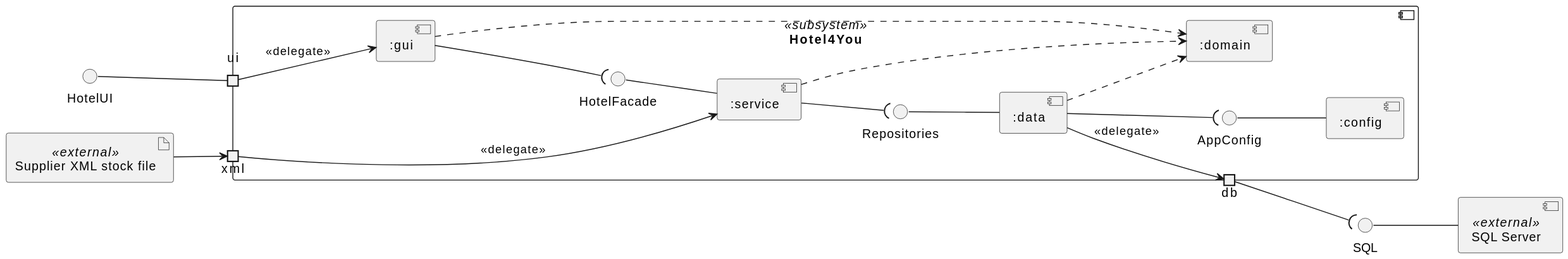
The PlantUML diagram docs/uml/component-diagram.svg in BorjaTiago/hotel4you, before a commit. Source of this version:
```plantuml
@startuml
skinparam componentStyle uml2
skinparam defaultFontName Arial
skinparam shadowing false
skinparam monochrome true
left to right direction

interface "HotelUI" as IUI
artifact "Supplier XML stock file" <<external>> as XML

component "Hotel4You" <<subsystem>> as H4Y {
  portin "xml" as pXML
  portin "ui" as pUI
  portout "db" as pDB

  component ":gui" as GUI
  component ":service" as SVC
  component ":data" as DATA
  component ":config" as CFG
  component ":domain" as DOM

  interface "HotelFacade" as IFAC
  interface "Repositories" as IREPO
  interface "AppConfig" as ICFG
}

component "SQL Server" <<external>> as SQL
interface "SQL" as ISQL

XML --> pXML
pXML --> SVC : <<delegate>>

IUI -- pUI
pUI --> GUI : <<delegate>>

GUI --( IFAC
IFAC -- SVC
SVC --( IREPO
IREPO -- DATA
DATA --( ICFG
ICFG -- CFG

DATA --> pDB : <<delegate>>
pDB --( ISQL
ISQL -- SQL

GUI ..> DOM
SVC ..> DOM
DATA ..> DOM
@enduml
```
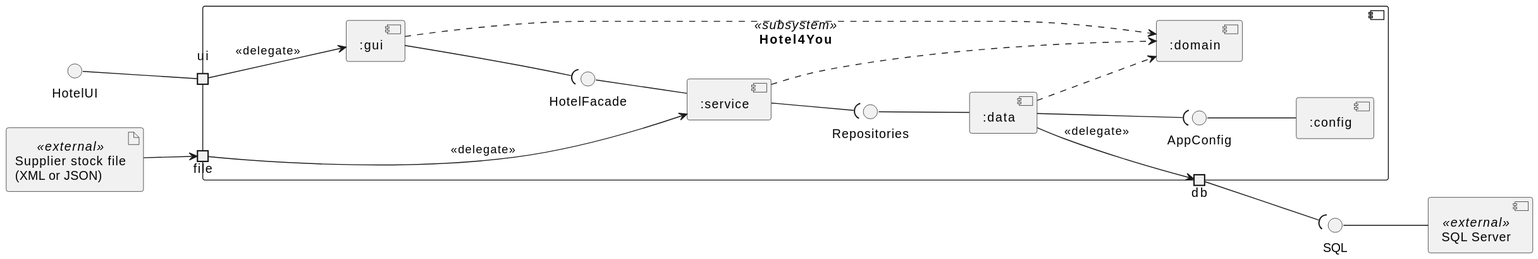
Later version of the same file.

Commit message:
H4Y-84: render the component diagram again

What changed in the source:
```diff
@@ -6,10 +6,10 @@
 left to right direction
 
 interface "HotelUI" as IUI
-artifact "Supplier XML stock file" <<external>> as XML
+artifact "Supplier stock file\n(XML or JSON)" <<external>> as FILE
 
 component "Hotel4You" <<subsystem>> as H4Y {
-  portin "xml" as pXML
+  portin "file" as pFILE
   portin "ui" as pUI
   portout "db" as pDB
 
@@ -27,8 +27,8 @@
 component "SQL Server" <<external>> as SQL
 interface "SQL" as ISQL
 
-XML --> pXML
-pXML --> SVC : <<delegate>>
+FILE --> pFILE
+pFILE --> SVC : <<delegate>>
 
 IUI -- pUI
 pUI --> GUI : <<delegate>>
```
